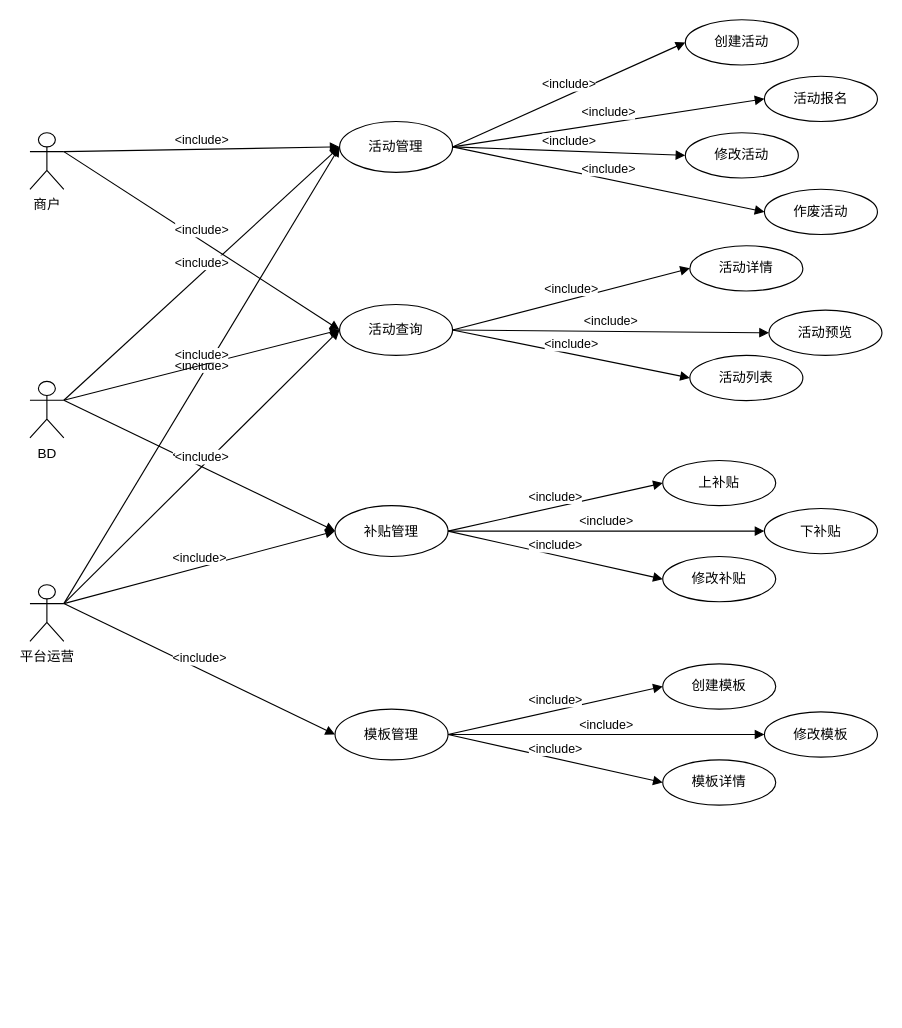
jon-kong/draw.io keeps this draw.io diagram as page "用例图" (2 of 4) of 营销玩法系统架构.drawio. Above is the earlier version. Source tidied: cells renumbered, new cells numbered last; positions are measured from the earlier drawing's top-left corner, leaving out a move shared by most shapes. Both pictures are drawn from the tidied source at 113%, with x=0, y=0 at pixel (29, 19).
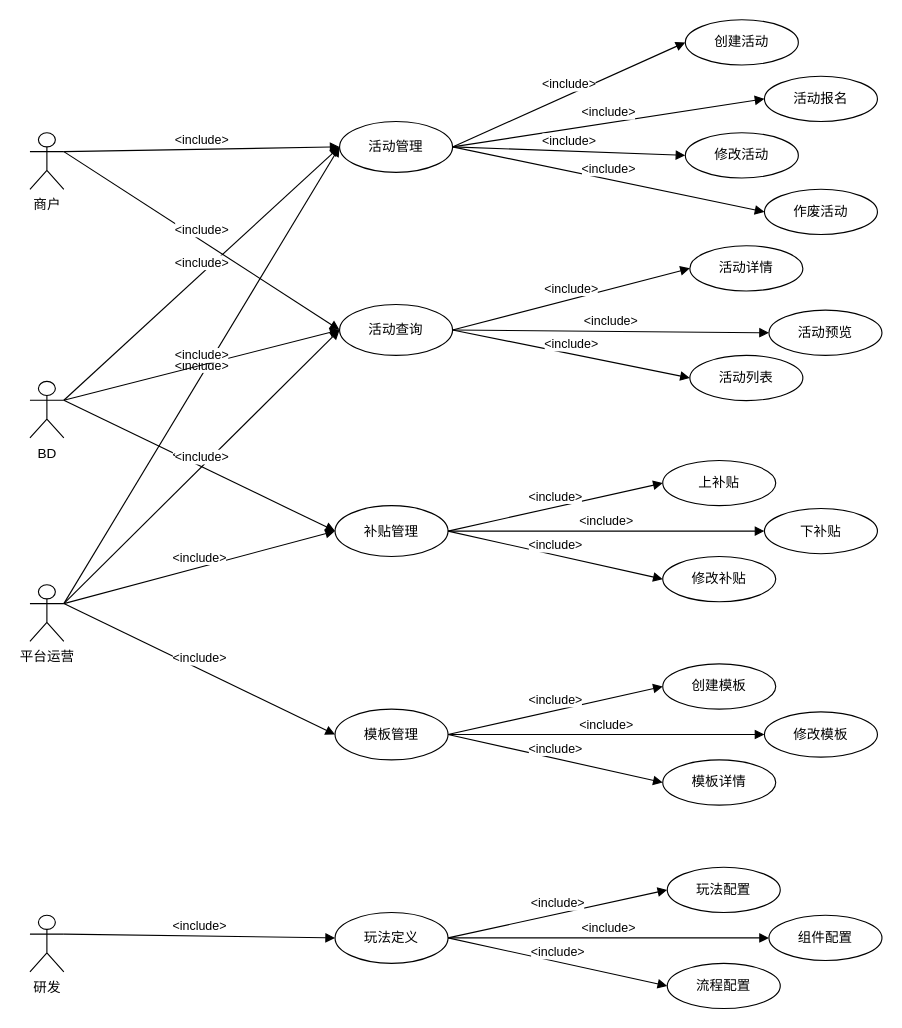
The same page after the edit.

The edit, as a diff of the source:
```diff
@@
+    <mxCell id="44" value="研发" style="shape=umlActor;verticalLabelPosition=bottom;verticalAlign=top;html=1;" parent="1" vertex="1">
+      <mxGeometry y="792.5" width="30" height="50" as="geometry" />
+    </mxCell>
+    <mxCell id="45" value="玩法定义" style="ellipse;whiteSpace=wrap;html=1;" parent="1" vertex="1">
+      <mxGeometry x="270" y="790" width="100" height="45" as="geometry" />
+    </mxCell>
+    <mxCell id="46" value="玩法配置" style="ellipse;whiteSpace=wrap;html=1;" parent="1" vertex="1">
+      <mxGeometry x="564" y="750" width="100" height="40" as="geometry" />
+    </mxCell>
+    <mxCell id="47" value="组件配置" style="ellipse;whiteSpace=wrap;html=1;" parent="1" vertex="1">
+      <mxGeometry x="654" y="792.5" width="100" height="40" as="geometry" />
+    </mxCell>
+    <mxCell id="48" value="流程配置" style="ellipse;whiteSpace=wrap;html=1;" parent="1" vertex="1">
+      <mxGeometry x="564" y="835" width="100" height="40" as="geometry" />
+    </mxCell>
+    <mxCell id="49" value="&amp;lt;include&amp;gt;" style="html=1;verticalAlign=bottom;endArrow=block;entryX=0;entryY=0.5;entryDx=0;entryDy=0;exitX=1;exitY=0.5;exitDx=0;exitDy=0;" parent="1" edge="1" source="45" target="46">
+      <mxGeometry relative="1" as="geometry" />
+    </mxCell>
+    <mxCell id="50" value="&amp;lt;include&amp;gt;" style="html=1;verticalAlign=bottom;endArrow=block;exitX=1;exitY=0.5;exitDx=0;exitDy=0;entryX=0;entryY=0.5;entryDx=0;entryDy=0;" parent="1" edge="1" source="45" target="47">
+      <mxGeometry relative="1" as="geometry" />
+    </mxCell>
+    <mxCell id="51" value="&amp;lt;include&amp;gt;" style="html=1;verticalAlign=bottom;endArrow=block;exitX=1;exitY=0.5;exitDx=0;exitDy=0;entryX=0;entryY=0.5;entryDx=0;entryDy=0;" parent="1" edge="1" source="45" target="48">
+      <mxGeometry relative="1" as="geometry" />
+    </mxCell>
+    <mxCell id="52" value="&amp;lt;include&amp;gt;" style="html=1;verticalAlign=bottom;endArrow=block;entryX=0;entryY=0.5;entryDx=0;entryDy=0;exitX=1;exitY=0.3333333333333333;exitDx=0;exitDy=0;exitPerimeter=0;" parent="1" edge="1" source="44" target="45">
+      <mxGeometry relative="1" as="geometry" />
+    </mxCell>
```
